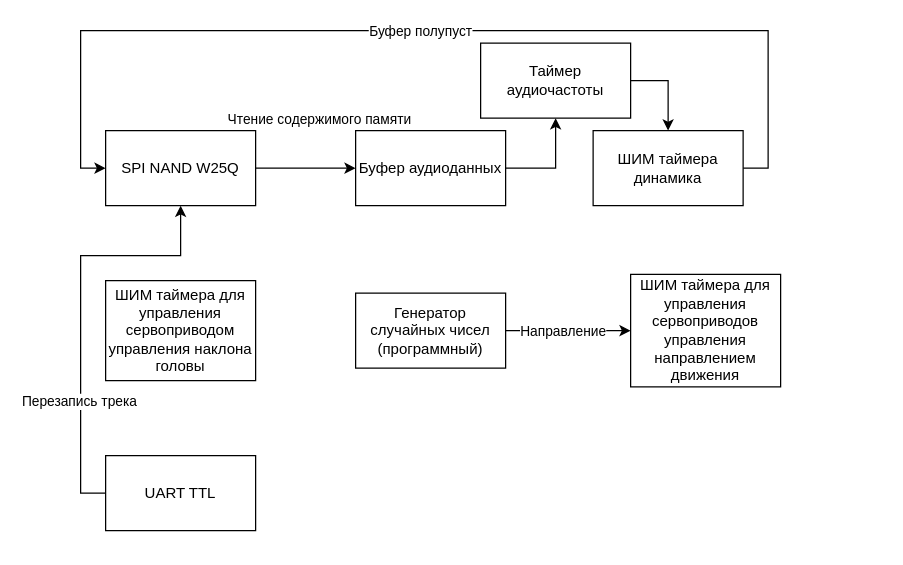
Above: Архитектура.drawio in takhv/skibidi-dop-dop (draw.io), before the change. Source tidied: cells renumbered, new cells numbered last; positions are measured from the earlier drawing's top-left corner, leaving out a move shared by most shapes. Both pictures are drawn from the tidied source at 125%, with x=0, y=0 at pixel (80, 30).
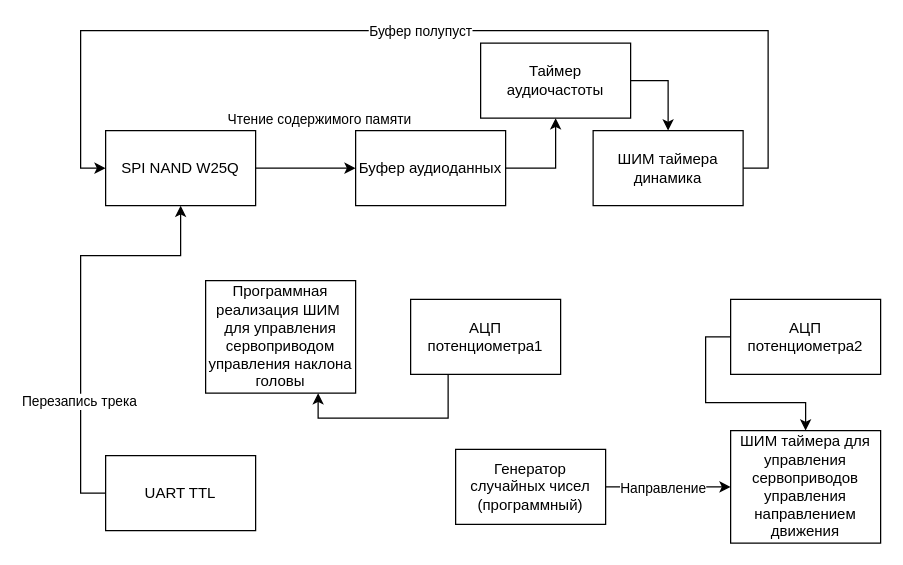
Above is the later version.

Diff of the diagram source:
```diff
@@
     <mxCell id="12" value="Генератор случайных чисел (программный)" style="rounded=0;whiteSpace=wrap;html=1;" parent="1" vertex="1">
-      <mxGeometry x="220" y="210" width="120" height="60" as="geometry" />
+      <mxGeometry x="300" y="335" width="120" height="60" as="geometry" />
     </mxCell>
-    <mxCell id="13" value="ШИМ таймера для управления сервоприводом управления наклона головы" style="rounded=0;whiteSpace=wrap;html=1;" parent="1" vertex="1">
-      <mxGeometry x="20" y="200" width="120" height="80" as="geometry" />
+    <mxCell id="13" value="Программная реализация ШИМ&amp;nbsp; для управления сервоприводом управления наклона головы" style="rounded=0;whiteSpace=wrap;html=1;" parent="1" vertex="1">
+      <mxGeometry x="100" y="200" width="120" height="90" as="geometry" />
     </mxCell>
     <mxCell id="14" value="ШИМ таймера для управления сервоприводов управления направлением движения" style="rounded=0;whiteSpace=wrap;html=1;" parent="1" vertex="1">
-      <mxGeometry x="440" y="195" width="120" height="90" as="geometry" />
+      <mxGeometry x="520" y="320" width="120" height="90" as="geometry" />
     </mxCell>
@@
+    <mxCell id="20" style="edgeStyle=orthogonalEdgeStyle;rounded=0;jettySize=auto;html=1;exitX=0.25;exitY=1;exitDx=0;exitDy=0;entryX=0.75;entryY=1;entryDx=0;entryDy=0;" parent="1" edge="1" source="21" target="13">
+      <mxGeometry relative="1" as="geometry" />
+    </mxCell>
+    <mxCell id="21" value="АЦП потенциометра1" style="rounded=0;whiteSpace=wrap;html=1;" parent="1" vertex="1">
+      <mxGeometry x="264" y="215" width="120" height="60" as="geometry" />
+    </mxCell>
+    <mxCell id="22" style="edgeStyle=orthogonalEdgeStyle;rounded=0;jettySize=auto;html=1;exitX=0;exitY=0.5;exitDx=0;exitDy=0;entryX=0.5;entryY=0;entryDx=0;entryDy=0;" parent="1" edge="1" source="23" target="14">
+      <mxGeometry relative="1" as="geometry" />
+    </mxCell>
+    <mxCell id="23" value="АЦП потенциометра2" style="rounded=0;whiteSpace=wrap;html=1;" parent="1" vertex="1">
+      <mxGeometry x="520" y="215" width="120" height="60" as="geometry" />
+    </mxCell>
```
